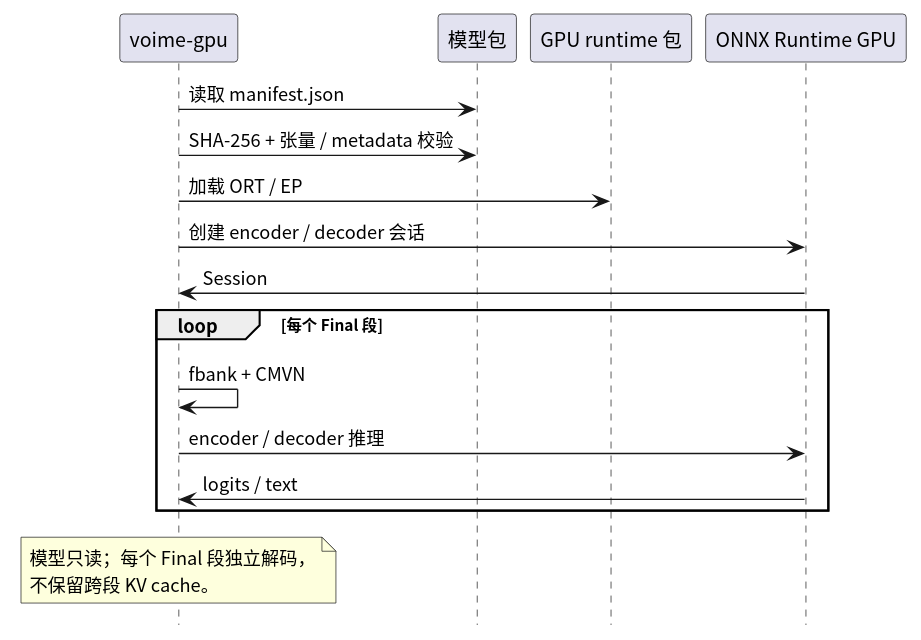
The PlantUML diagram crates/voime-gpu/diagram/provider-inference.svg in 54m43lJ/voime, before a commit.
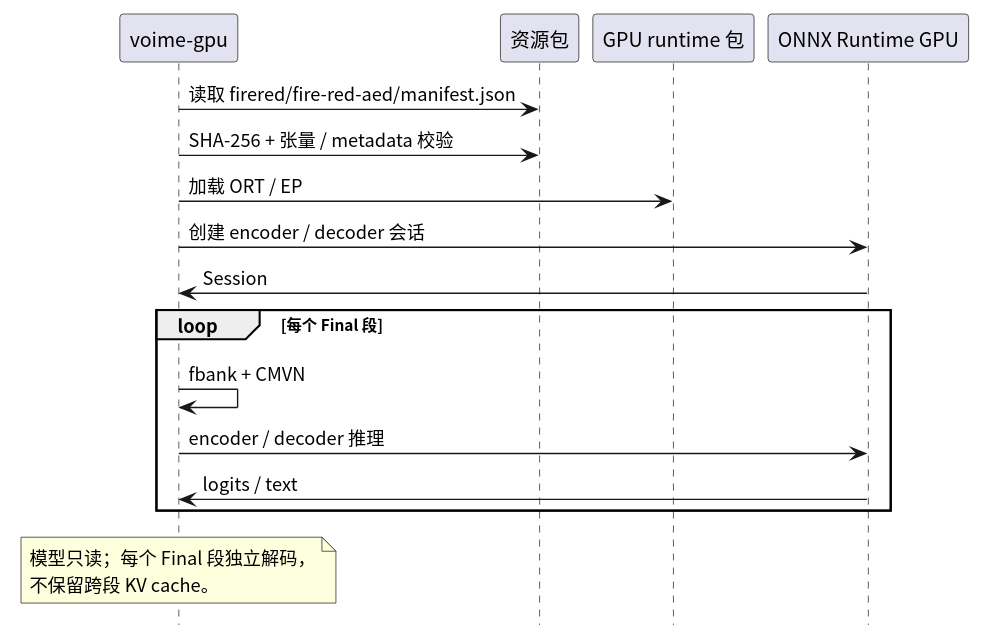
After the change.

The edit, as a diff of the source:
```diff
@@ -4,11 +4,11 @@
 hide footbox
 
 participant "voime-gpu" as Worker
-participant "模型包" as Model
+participant "资源包" as Model
 participant "GPU runtime 包" as Runtime
 participant "ONNX Runtime GPU" as Ort
 
-Worker -> Model : 读取 manifest.json
+Worker -> Model : 读取 firered/fire-red-aed/manifest.json
 Worker -> Model : SHA-256 + 张量 / metadata 校验
 Worker -> Runtime : 加载 ORT / EP
 Worker -> Ort : 创建 encoder / decoder 会话
```
